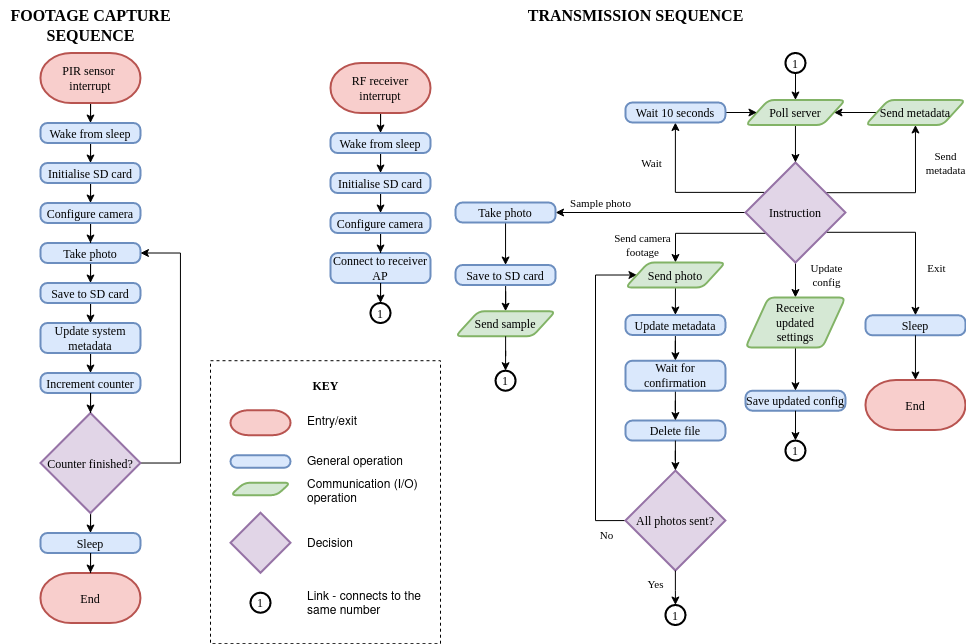
Above: final-report/Images/ESP-flow.png in rothdu/EEE4113F-Group13-2024 (draw.io), before the change. Source tidied: cells renumbered, new cells last; positions are measured from the earlier drawing's top-left corner, leaving out a move shared by most shapes.
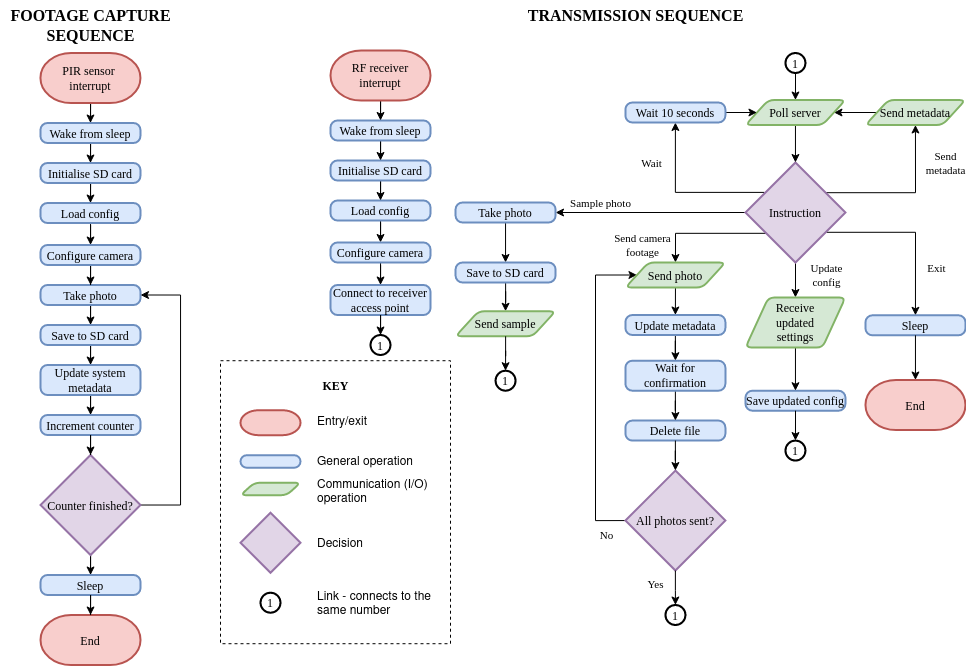
The same file after the commit.

What changed in the source:
```diff
@@ -6,19 +6,19 @@
       <mxGeometry relative="1" as="geometry" />
     </mxCell>
     <mxCell id="3" value="Take photo" style="rounded=1;whiteSpace=wrap;html=1;absoluteArcSize=1;arcSize=14;strokeWidth=2;fillColor=#dae8fc;strokeColor=#6c8ebf;fontFamily=Times New Roman;" parent="1" vertex="1">
-      <mxGeometry x="40" y="242.5" width="100" height="20" as="geometry" />
+      <mxGeometry x="40" y="284.5" width="100" height="20" as="geometry" />
     </mxCell>
     <mxCell id="4" style="edgeStyle=orthogonalEdgeStyle;rounded=0;jettySize=auto;html=1;entryX=0.5;entryY=0;entryDx=0;entryDy=0;fontFamily=Times New Roman;" parent="1" edge="1" source="5" target="7">
       <mxGeometry relative="1" as="geometry" />
     </mxCell>
     <mxCell id="5" value="Save to SD card" style="rounded=1;whiteSpace=wrap;html=1;absoluteArcSize=1;arcSize=14;strokeWidth=2;fillColor=#dae8fc;strokeColor=#6c8ebf;fontFamily=Times New Roman;" parent="1" vertex="1">
-      <mxGeometry x="40" y="282.5" width="100" height="20" as="geometry" />
+      <mxGeometry x="40" y="324.5" width="100" height="20" as="geometry" />
     </mxCell>
     <mxCell id="6" style="edgeStyle=orthogonalEdgeStyle;rounded=0;jettySize=auto;html=1;entryX=0.5;entryY=0;entryDx=0;entryDy=0;fontFamily=Times New Roman;" parent="1" edge="1" source="7" target="71">
       <mxGeometry relative="1" as="geometry" />
     </mxCell>
     <mxCell id="7" value="Update system metadata" style="rounded=1;whiteSpace=wrap;html=1;absoluteArcSize=1;arcSize=14;strokeWidth=2;fillColor=#dae8fc;strokeColor=#6c8ebf;fontFamily=Times New Roman;" parent="1" vertex="1">
-      <mxGeometry x="40" y="322.5" width="100" height="30" as="geometry" />
+      <mxGeometry x="40" y="364.5" width="100" height="30" as="geometry" />
     </mxCell>
     <mxCell id="8" style="edgeStyle=orthogonalEdgeStyle;rounded=0;jettySize=auto;html=1;fontFamily=Times New Roman;entryX=0.5;entryY=0;entryDx=0;entryDy=0;" parent="1" edge="1" source="9" target="59">
       <mxGeometry relative="1" as="geometry" />
@@ -27,22 +27,22 @@
       <mxGeometry x="40" y="52.5" width="100" height="50" as="geometry" />
     </mxCell>
     <mxCell id="10" value="End" style="strokeWidth=2;html=1;shape=mxgraph.flowchart.terminator;whiteSpace=wrap;fillColor=#f8cecc;strokeColor=#b85450;fontFamily=Times New Roman;" parent="1" vertex="1">
-      <mxGeometry x="40" y="572.5" width="100" height="50" as="geometry" />
+      <mxGeometry x="40" y="614.5" width="100" height="50" as="geometry" />
     </mxCell>
     <mxCell id="11" style="edgeStyle=orthogonalEdgeStyle;rounded=0;jettySize=auto;html=1;entryX=0.5;entryY=0;entryDx=0;entryDy=0;fontFamily=Times New Roman;" parent="1" edge="1" source="12" target="14">
       <mxGeometry relative="1" as="geometry" />
     </mxCell>
     <mxCell id="12" value="RF receiver interrupt" style="strokeWidth=2;html=1;shape=mxgraph.flowchart.terminator;whiteSpace=wrap;fillColor=#f8cecc;strokeColor=#b85450;fontFamily=Times New Roman;" parent="1" vertex="1">
-      <mxGeometry x="330" y="62.5" width="100" height="50" as="geometry" />
+      <mxGeometry x="330" y="50" width="100" height="50" as="geometry" />
     </mxCell>
     <mxCell id="13" style="edgeStyle=orthogonalEdgeStyle;rounded=0;jettySize=auto;html=1;entryX=0.5;entryY=0;entryDx=0;entryDy=0;fontFamily=Times New Roman;" parent="1" edge="1" source="14" target="65">
       <mxGeometry relative="1" as="geometry" />
     </mxCell>
     <mxCell id="14" value="Wake from sleep" style="rounded=1;whiteSpace=wrap;html=1;absoluteArcSize=1;arcSize=14;strokeWidth=2;fillColor=#dae8fc;strokeColor=#6c8ebf;fontFamily=Times New Roman;" parent="1" vertex="1">
-      <mxGeometry x="330" y="132.5" width="100" height="20" as="geometry" />
+      <mxGeometry x="330" y="120" width="100" height="20" as="geometry" />
     </mxCell>
-    <mxCell id="15" value="Connect to receiver AP" style="rounded=1;whiteSpace=wrap;html=1;absoluteArcSize=1;arcSize=14;strokeWidth=2;fillColor=#dae8fc;strokeColor=#6c8ebf;fontFamily=Times New Roman;" parent="1" vertex="1">
-      <mxGeometry x="330" y="252.5" width="100" height="30" as="geometry" />
+    <mxCell id="15" value="Connect to receiver access point" style="rounded=1;whiteSpace=wrap;html=1;absoluteArcSize=1;arcSize=14;strokeWidth=2;fillColor=#dae8fc;strokeColor=#6c8ebf;fontFamily=Times New Roman;" parent="1" vertex="1">
+      <mxGeometry x="330" y="284.5" width="100" height="30" as="geometry" />
     </mxCell>
     <mxCell id="16" value="End" style="strokeWidth=2;html=1;shape=mxgraph.flowchart.terminator;whiteSpace=wrap;fillColor=#f8cecc;strokeColor=#b85450;fontFamily=Times New Roman;" parent="1" vertex="1">
       <mxGeometry x="865" y="379.5" width="100" height="50" as="geometry" />
@@ -229,19 +229,19 @@
       <mxGeometry relative="1" as="geometry" />
     </mxCell>
     <mxCell id="65" value="Initialise SD card" style="rounded=1;whiteSpace=wrap;html=1;absoluteArcSize=1;arcSize=14;strokeWidth=2;fillColor=#dae8fc;strokeColor=#6c8ebf;fontFamily=Times New Roman;" parent="1" vertex="1">
-      <mxGeometry x="330" y="172.5" width="100" height="20" as="geometry" />
+      <mxGeometry x="330" y="160" width="100" height="20" as="geometry" />
     </mxCell>
-    <mxCell id="66" style="edgeStyle=orthogonalEdgeStyle;rounded=0;jettySize=auto;html=1;entryX=0.5;entryY=0;entryDx=0;entryDy=0;fontFamily=Times New Roman;" parent="1" edge="1" source="67" target="15">
-      <mxGeometry relative="1" as="geometry" />
-    </mxCell>
+    <mxCell id="100" style="edgeStyle=orthogonalEdgeStyle;rounded=0;jettySize=auto;html=1;entryX=0.5;entryY=0;entryDx=0;entryDy=0;" parent="1" edge="1" source="67" target="105">
+      <mxGeometry relative="1" as="geometry" />
+    </mxCell>
-    <mxCell id="67" value="Configure camera" style="rounded=1;whiteSpace=wrap;html=1;absoluteArcSize=1;arcSize=14;strokeWidth=2;fillColor=#dae8fc;strokeColor=#6c8ebf;fontFamily=Times New Roman;" parent="1" vertex="1">
-      <mxGeometry x="330" y="212.5" width="100" height="20" as="geometry" />
+    <mxCell id="67" value="Load config" style="rounded=1;whiteSpace=wrap;html=1;absoluteArcSize=1;arcSize=14;strokeWidth=2;fillColor=#dae8fc;strokeColor=#6c8ebf;fontFamily=Times New Roman;" parent="1" vertex="1">
+      <mxGeometry x="330" y="200" width="100" height="20" as="geometry" />
     </mxCell>
     <mxCell id="68" style="edgeStyle=orthogonalEdgeStyle;rounded=0;jettySize=auto;html=1;entryX=1;entryY=0.5;entryDx=0;entryDy=0;fontFamily=Times New Roman;" parent="1" edge="1" source="70" target="3">
       <mxGeometry relative="1" as="geometry">
         <Array as="points">
-          <mxPoint x="179.9" y="462.5" />
-          <mxPoint x="179.9" y="252.5" />
+          <mxPoint x="180" y="504.5" />
+          <mxPoint x="180" y="294.5" />
         </Array>
       </mxGeometry>
     </mxCell>
@@ -249,22 +249,22 @@
       <mxGeometry relative="1" as="geometry" />
     </mxCell>
     <mxCell id="70" value="Counter finished?" style="strokeWidth=2;html=1;shape=mxgraph.flowchart.decision;whiteSpace=wrap;fontFamily=Times New Roman;fillColor=#e1d5e7;strokeColor=#9673a6;" parent="1" vertex="1">
-      <mxGeometry x="40" y="412.5" width="100" height="100" as="geometry" />
+      <mxGeometry x="40" y="454.5" width="100" height="100" as="geometry" />
     </mxCell>
     <mxCell id="71" value="Increment counter" style="rounded=1;whiteSpace=wrap;html=1;absoluteArcSize=1;arcSize=14;strokeWidth=2;fillColor=#dae8fc;strokeColor=#6c8ebf;fontFamily=Times New Roman;" parent="1" vertex="1">
-      <mxGeometry x="40" y="372.5" width="100" height="20" as="geometry" />
+      <mxGeometry x="40" y="414.5" width="100" height="20" as="geometry" />
     </mxCell>
-    <mxCell id="72" style="edgeStyle=orthogonalEdgeStyle;rounded=0;jettySize=auto;html=1;entryX=0.5;entryY=0;entryDx=0;entryDy=0;fontFamily=Times New Roman;" parent="1" edge="1" source="73" target="3">
-      <mxGeometry relative="1" as="geometry" />
-    </mxCell>
+    <mxCell id="101" style="edgeStyle=orthogonalEdgeStyle;rounded=0;jettySize=auto;html=1;entryX=0.5;entryY=0;entryDx=0;entryDy=0;" parent="1" edge="1" source="73" target="103">
+      <mxGeometry relative="1" as="geometry" />
+    </mxCell>
-    <mxCell id="73" value="Configure camera" style="rounded=1;whiteSpace=wrap;html=1;absoluteArcSize=1;arcSize=14;strokeWidth=2;fillColor=#dae8fc;strokeColor=#6c8ebf;fontFamily=Times New Roman;" parent="1" vertex="1">
+    <mxCell id="73" value="Load config" style="rounded=1;whiteSpace=wrap;html=1;absoluteArcSize=1;arcSize=14;strokeWidth=2;fillColor=#dae8fc;strokeColor=#6c8ebf;fontFamily=Times New Roman;" parent="1" vertex="1">
       <mxGeometry x="40" y="202.5" width="100" height="20" as="geometry" />
     </mxCell>
     <mxCell id="74" style="edgeStyle=orthogonalEdgeStyle;rounded=0;jettySize=auto;html=1;entryX=0.5;entryY=0;entryDx=0;entryDy=0;entryPerimeter=0;fontFamily=Times New Roman;" parent="1" edge="1" source="71" target="70">
       <mxGeometry relative="1" as="geometry" />
     </mxCell>
     <mxCell id="75" value="Sleep" style="rounded=1;whiteSpace=wrap;html=1;absoluteArcSize=1;arcSize=14;strokeWidth=2;fillColor=#dae8fc;strokeColor=#6c8ebf;fontFamily=Times New Roman;" parent="1" vertex="1">
-      <mxGeometry x="40" y="532.5" width="100" height="20" as="geometry" />
+      <mxGeometry x="40" y="574.5" width="100" height="20" as="geometry" />
     </mxCell>
     <mxCell id="76" style="edgeStyle=orthogonalEdgeStyle;rounded=0;jettySize=auto;html=1;entryX=0.5;entryY=0;entryDx=0;entryDy=0;entryPerimeter=0;fontFamily=Times New Roman;" parent="1" edge="1" source="75" target="10">
       <mxGeometry relative="1" as="geometry" />
@@ -279,7 +279,7 @@
       <mxGeometry relative="1" as="geometry" />
     </mxCell>
     <mxCell id="80" value="Save to SD card" style="rounded=1;whiteSpace=wrap;html=1;absoluteArcSize=1;arcSize=14;strokeWidth=2;fillColor=#dae8fc;strokeColor=#6c8ebf;fontFamily=Times New Roman;" parent="1" vertex="1">
-      <mxGeometry x="455.1" y="264.5" width="100" height="20" as="geometry" />
+      <mxGeometry x="455.1" y="262" width="100" height="20" as="geometry" />
     </mxCell>
     <mxCell id="81" value="Send sample" style="shape=parallelogram;html=1;strokeWidth=2;perimeter=parallelogramPerimeter;whiteSpace=wrap;rounded=1;arcSize=12;size=0.23;fillColor=#d5e8d4;strokeColor=#82b366;fontFamily=Times New Roman;" parent="1" vertex="1">
       <mxGeometry x="455.1" y="310.8" width="100" height="25" as="geometry" />
@@ -291,16 +291,13 @@
       <mxGeometry relative="1" as="geometry" />
     </mxCell>
     <mxCell id="84" value="1" style="strokeWidth=2;html=1;shape=mxgraph.flowchart.start_2;whiteSpace=wrap;fontFamily=Times New Roman;" parent="1" vertex="1">
-      <mxGeometry x="370" y="302.5" width="20" height="20" as="geometry" />
+      <mxGeometry x="370" y="334.5" width="20" height="20" as="geometry" />
     </mxCell>
-    <mxCell id="85" style="edgeStyle=orthogonalEdgeStyle;rounded=0;jettySize=auto;html=1;entryX=0.5;entryY=0;entryDx=0;entryDy=0;entryPerimeter=0;fontFamily=Times New Roman;" parent="1" edge="1" source="15" target="84">
-      <mxGeometry relative="1" as="geometry" />
-    </mxCell>
     <mxCell id="86" value="Send metadata" style="shape=parallelogram;html=1;strokeWidth=2;perimeter=parallelogramPerimeter;whiteSpace=wrap;rounded=1;arcSize=12;size=0.23;fillColor=#d5e8d4;strokeColor=#82b366;fontFamily=Times New Roman;" parent="1" vertex="1">
       <mxGeometry x="865" y="99.5" width="100" height="25" as="geometry" />
     </mxCell>
     <mxCell id="87" style="group;" parent="1" vertex="1">
-      <mxGeometry x="210" y="360.2" width="230" height="283" as="geometry" />
+      <mxGeometry x="220" y="360.2" width="230" height="283" as="geometry" />
     </mxCell>
     <mxCell id="88" style="rounded=0;whiteSpace=wrap;html=1;dashed=1;" parent="87" vertex="1">
       <mxGeometry width="230" height="283" as="geometry" />
@@ -338,5 +335,20 @@
     <mxCell id="99" value="Link - connects to the same number" style="text;html=1;align=left;verticalAlign=middle;whiteSpace=wrap;rounded=0;" parent="87" vertex="1">
       <mxGeometry x="95" y="227" width="130" height="30" as="geometry" />
     </mxCell>
+    <mxCell id="102" style="edgeStyle=orthogonalEdgeStyle;rounded=0;jettySize=auto;html=1;entryX=0.5;entryY=0;entryDx=0;entryDy=0;" parent="1" edge="1" source="103" target="3">
+      <mxGeometry relative="1" as="geometry" />
+    </mxCell>
+    <mxCell id="103" value="Configure camera" style="rounded=1;whiteSpace=wrap;html=1;absoluteArcSize=1;arcSize=14;strokeWidth=2;fillColor=#dae8fc;strokeColor=#6c8ebf;fontFamily=Times New Roman;" parent="1" vertex="1">
+      <mxGeometry x="40" y="244.5" width="100" height="20" as="geometry" />
+    </mxCell>
+    <mxCell id="104" style="edgeStyle=orthogonalEdgeStyle;rounded=0;jettySize=auto;html=1;entryX=0.5;entryY=0;entryDx=0;entryDy=0;" parent="1" edge="1" source="105" target="15">
+      <mxGeometry relative="1" as="geometry" />
+    </mxCell>
+    <mxCell id="105" value="Configure camera" style="rounded=1;whiteSpace=wrap;html=1;absoluteArcSize=1;arcSize=14;strokeWidth=2;fillColor=#dae8fc;strokeColor=#6c8ebf;fontFamily=Times New Roman;" parent="1" vertex="1">
+      <mxGeometry x="330" y="242" width="100" height="20" as="geometry" />
+    </mxCell>
+    <mxCell id="85" style="edgeStyle=orthogonalEdgeStyle;rounded=0;jettySize=auto;html=1;entryX=0.5;entryY=0;entryDx=0;entryDy=0;entryPerimeter=0;" parent="1" edge="1" source="15" target="84">
+      <mxGeometry relative="1" as="geometry" />
+    </mxCell>
   </root>
 </mxGraphModel>
```
